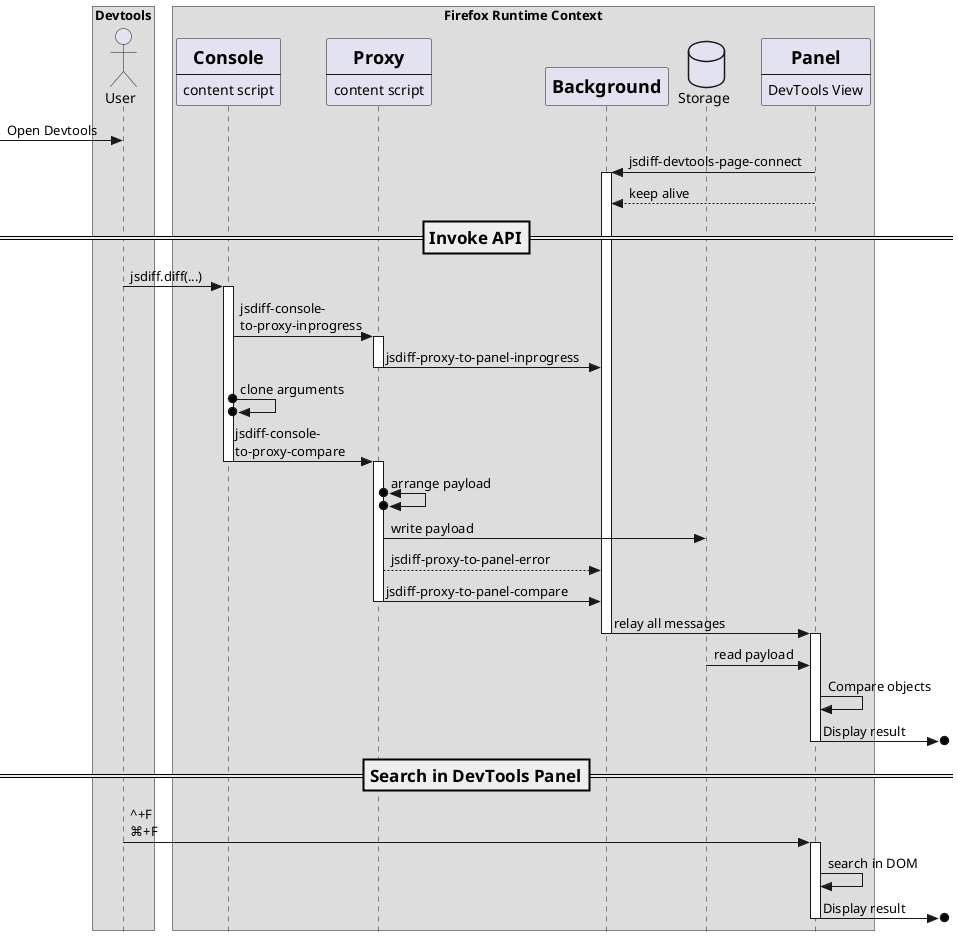
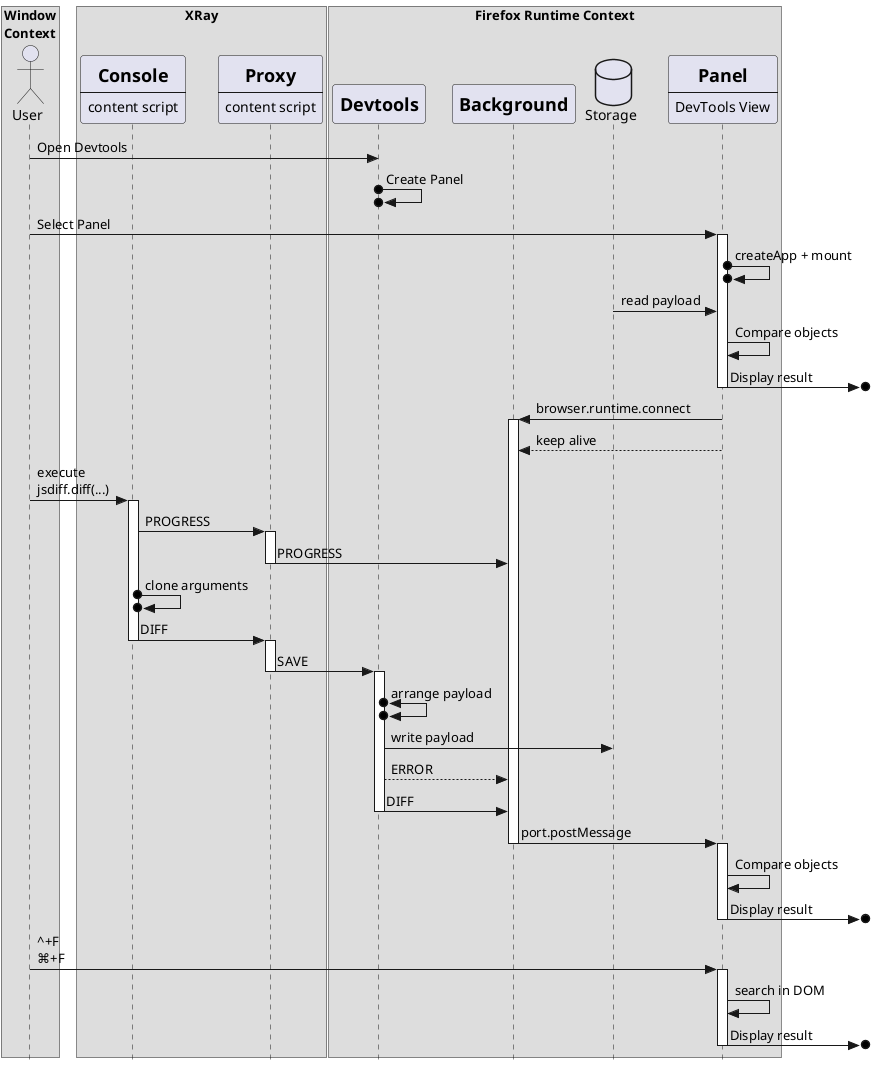
@startuml Design
skinparam style strictuml

- box "Devtools"
+ box "Window\nContext"
actor "User" as User
end box

- box "Firefox Runtime Context"
+ box "XRay"
participant Console [
  =Console
  ----
  content script
]
participant Proxy [
  =Proxy
  ----
  content script
+ ]
+ end box
+ 
+ box "Firefox Runtime Context"
+ participant Devtools [
+   =Devtools
]
participant Background [
  =Background
]
database Storage
participant Panel [
  =Panel
  ----
  DevTools View
]
end box

- [-> User: Open Devtools
+ User -> Devtools: Open Devtools
+ Devtools o->o Devtools: Create Panel
+ User -> Panel: Select Panel

- Background <- Panel: jsdiff-devtools-page-connect
+ activate Panel
+ Panel o->o Panel: createApp + mount
+ Storage -> Panel: read payload
+ Panel -> Panel: Compare objects
+ Panel ->o]: Display result
+ deactivate Panel
+ 
+ Background <- Panel: browser.runtime.connect
activate Background
Background <-- Panel: keep alive

- === Invoke API ==
- User -> Console: jsdiff.diff(...)
+ User -> Console: execute\njsdiff.diff(...)
activate Console
-   Console -> Proxy: jsdiff-console-\nto-proxy-inprogress
+   Console -> Proxy: PROGRESS
  activate Proxy
-     Proxy -> Background: jsdiff-proxy-to-panel-inprogress
+     Proxy -> Background: PROGRESS
  deactivate Proxy
  Console o->o Console: clone arguments
-   Console -> Proxy: jsdiff-console-\nto-proxy-compare
+   Console -> Proxy: DIFF
deactivate Console
+ activate Proxy
+ Proxy -> Devtools: SAVE
+ deactivate Proxy

- activate Proxy
-   Proxy o<->o Proxy: arrange payload
-   Proxy -> Storage: write payload
-   Proxy --> Background: jsdiff-proxy-to-panel-error
-   Proxy -> Background: jsdiff-proxy-to-panel-compare
- deactivate Proxy
- Background -> Panel: relay all messages
+ activate Devtools
+   Devtools o<->o Devtools: arrange payload
+   Devtools -> Storage: write payload
+   Devtools --> Background: ERROR
+   Devtools -> Background: DIFF
+ deactivate Devtools
+ 
+ Background -> Panel: port.postMessage

deactivate Background

activate Panel
-   Storage -> Panel: read payload
  Panel -> Panel: Compare objects
  Panel ->o]: Display result
deactivate Panel

- === Search in DevTools Panel ==
User -> Panel: ^+F\n⌘+F

activate Panel
  Panel -> Panel: search in DOM
  Panel ->o]: Display result
deactivate Panel

@enduml
